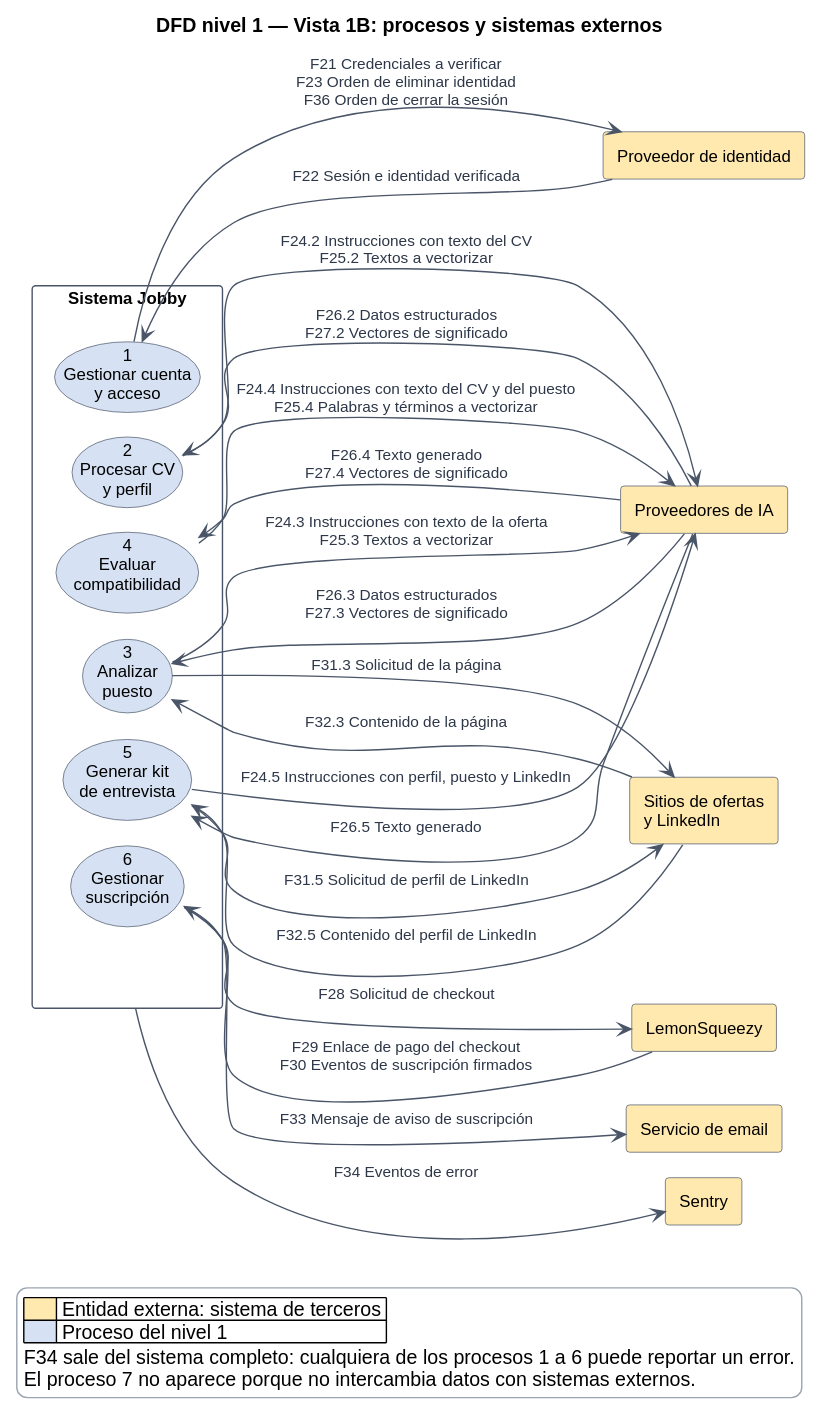
Before: docs/diagramas/dfd-nivel-1-vista-b.svg, a diagram exported from PlantUML (Buatishi/Jobby).
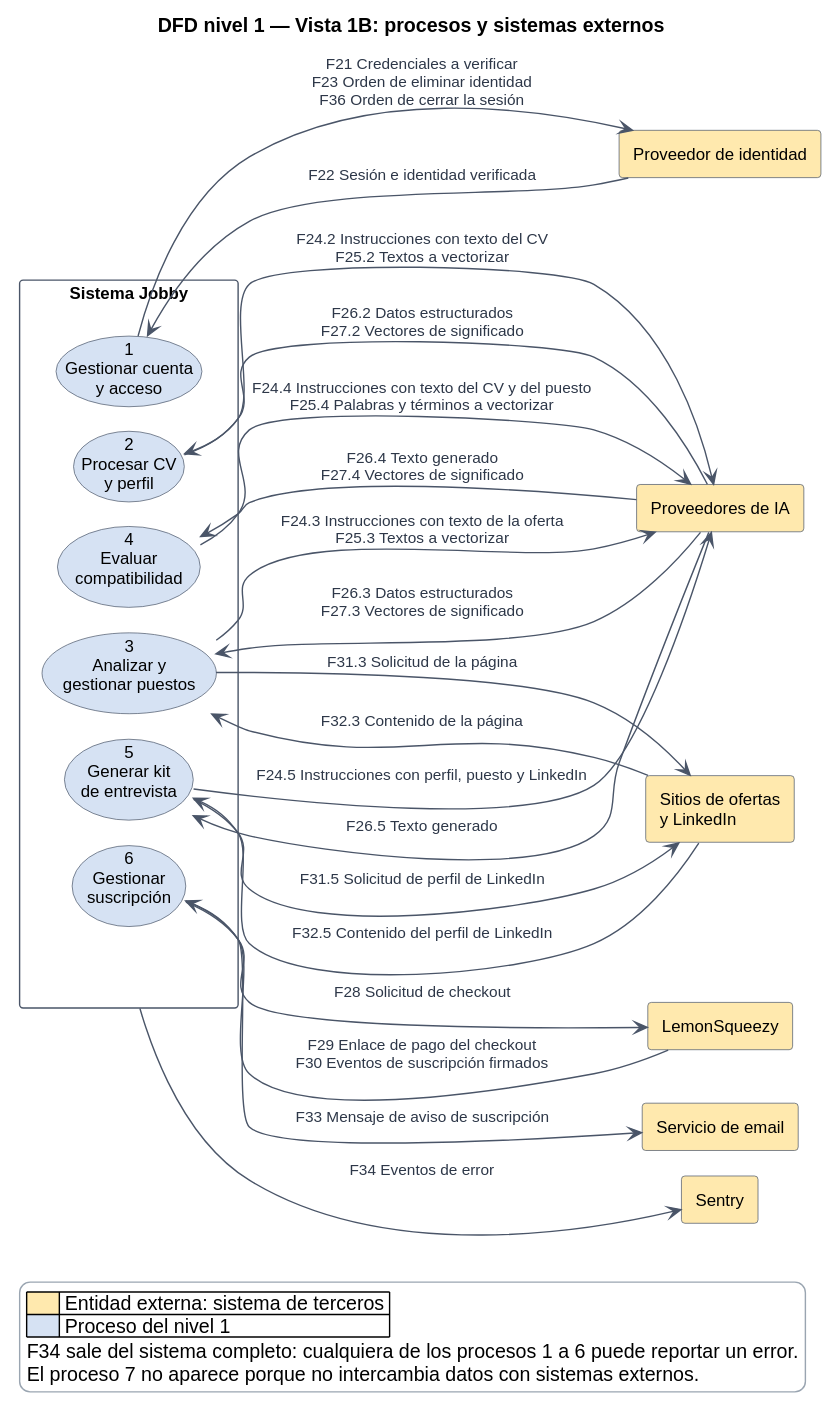
After the commit.

Diff of the diagram source:
```diff
@@ -17,7 +17,7 @@
 rectangle "Sistema Jobby" as SIS #FFFFFF {
   usecase "1\nGestionar cuenta\ny acceso" as P1 #D6E2F3
   usecase "2\nProcesar CV\ny perfil" as P2 #D6E2F3
-  usecase "3\nAnalizar\npuesto" as P3 #D6E2F3
+  usecase "3\nAnalizar y\ngestionar puestos" as P3 #D6E2F3
   usecase "4\nEvaluar\ncompatibilidad" as P4 #D6E2F3
   usecase "5\nGenerar kit\nde entrevista" as P5 #D6E2F3
   usecase "6\nGestionar\nsuscripción" as P6 #D6E2F3
```
